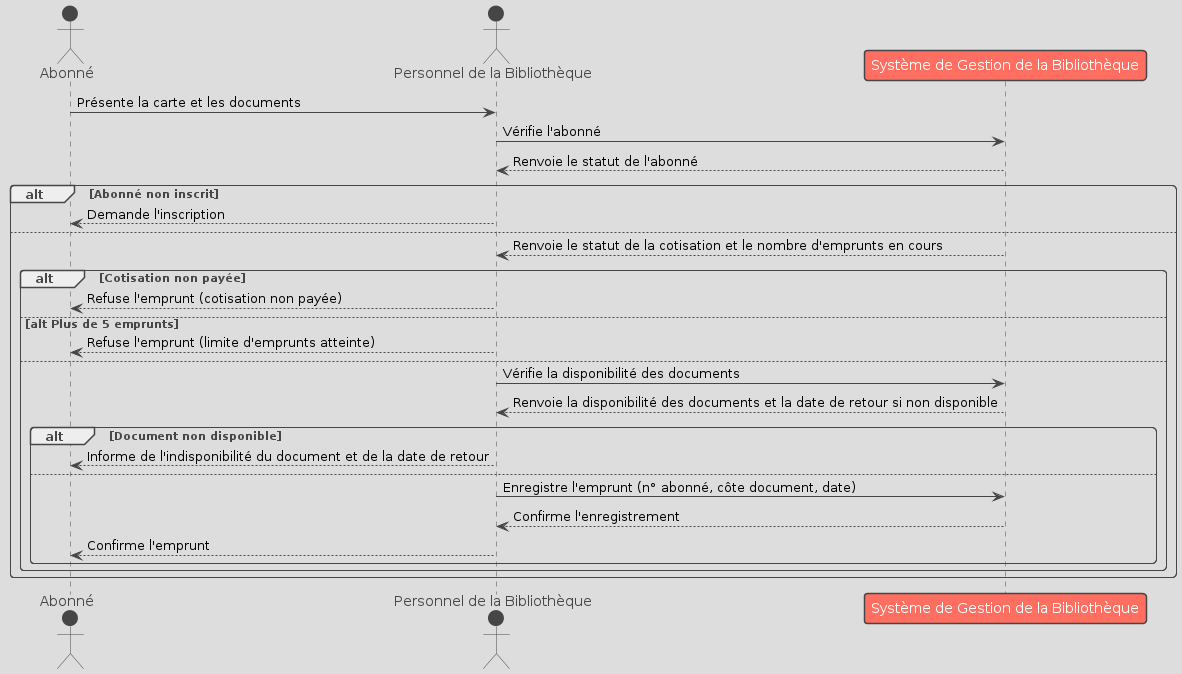
Before: asset/diagramme_sequence.png, a diagram exported from PlantUML (clemence95/CDA24178).
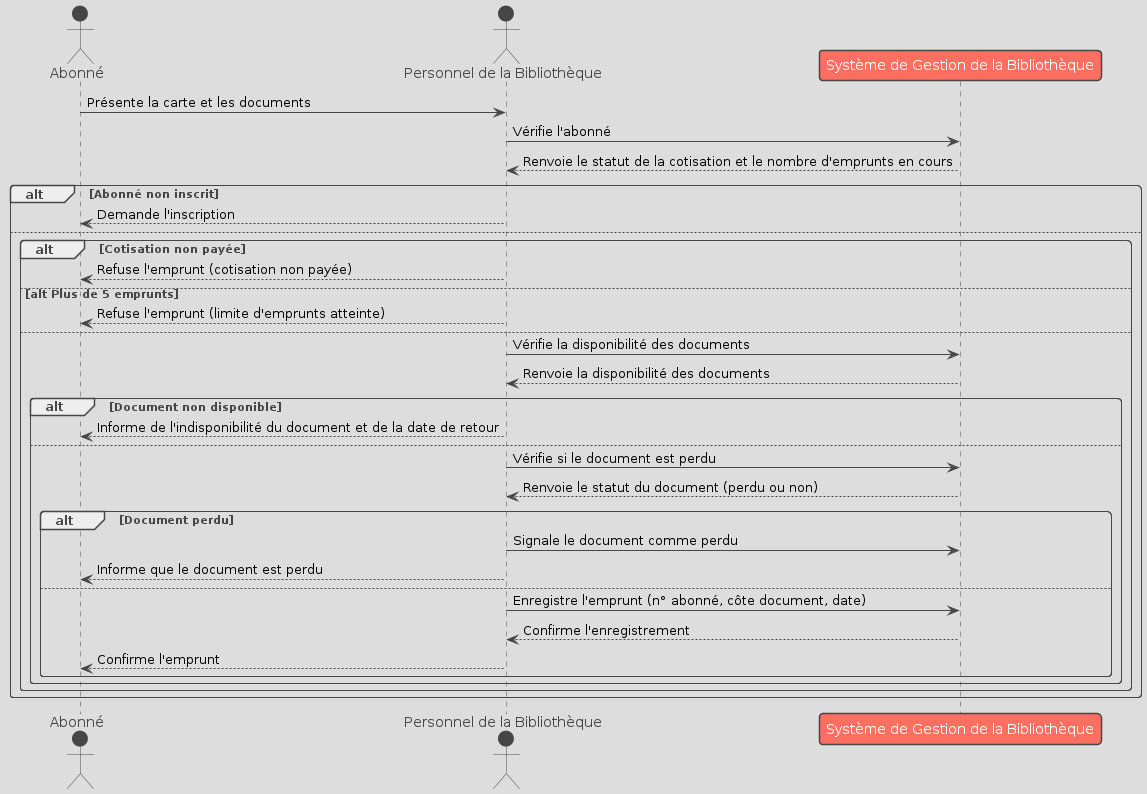
The same diagram one commit later.

Change to the diagram source:
```diff
@@ -6,26 +6,32 @@
 
 Abonné -> Bibliothecaire: Présente la carte et les documents
 Bibliothecaire -> Systeme: Vérifie l'abonné
-Systeme --> Bibliothecaire: Renvoie le statut de l'abonné
+Systeme --> Bibliothecaire: Renvoie le statut de la cotisation et le nombre d'emprunts en cours
 
 alt Abonné non inscrit
     Bibliothecaire --> Abonné: Demande l'inscription
 else
-    Systeme --> Bibliothecaire: Renvoie le statut de la cotisation et le nombre d'emprunts en cours
-
     alt Cotisation non payée
         Bibliothecaire --> Abonné: Refuse l'emprunt (cotisation non payée)
     else alt Plus de 5 emprunts
         Bibliothecaire --> Abonné: Refuse l'emprunt (limite d'emprunts atteinte)
     else
         Bibliothecaire -> Systeme: Vérifie la disponibilité des documents
-        Systeme --> Bibliothecaire: Renvoie la disponibilité des documents et la date de retour si non disponible
+        Systeme --> Bibliothecaire: Renvoie la disponibilité des documents
+
         alt Document non disponible
             Bibliothecaire --> Abonné: Informe de l'indisponibilité du document et de la date de retour
         else
-            Bibliothecaire -> Systeme: Enregistre l'emprunt (n° abonné, côte document, date)
-            Systeme --> Bibliothecaire: Confirme l'enregistrement
-            Bibliothecaire --> Abonné: Confirme l'emprunt
+            Bibliothecaire -> Systeme: Vérifie si le document est perdu
+            Systeme --> Bibliothecaire: Renvoie le statut du document (perdu ou non)
+            alt Document perdu
+                Bibliothecaire -> Systeme: Signale le document comme perdu
+                Bibliothecaire --> Abonné: Informe que le document est perdu
+            else
+                Bibliothecaire -> Systeme: Enregistre l'emprunt (n° abonné, côte document, date)
+                Systeme --> Bibliothecaire: Confirme l'enregistrement
+                Bibliothecaire --> Abonné: Confirme l'emprunt
+            end
         end
     end
 end
```
